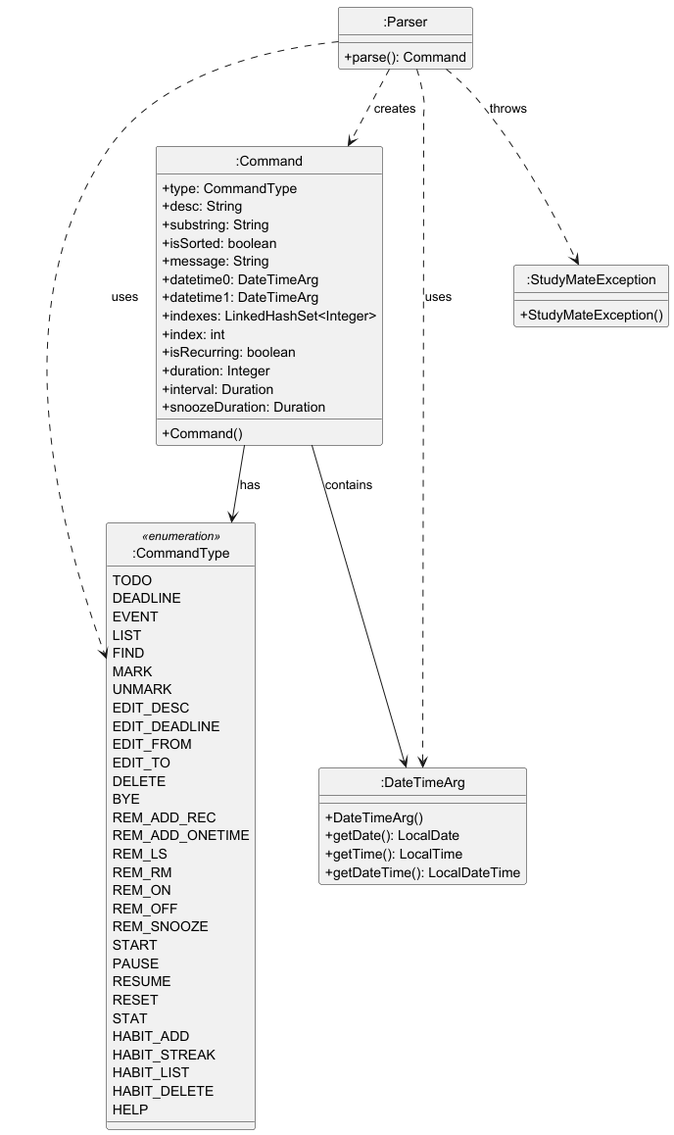
Before: docs/images/ParserInteractions.png, a diagram exported from PlantUML (AY2526S1-CS2113-W12-3/tp). Its source is kept beside it as docs/plantuml/ParserInteractions.puml.
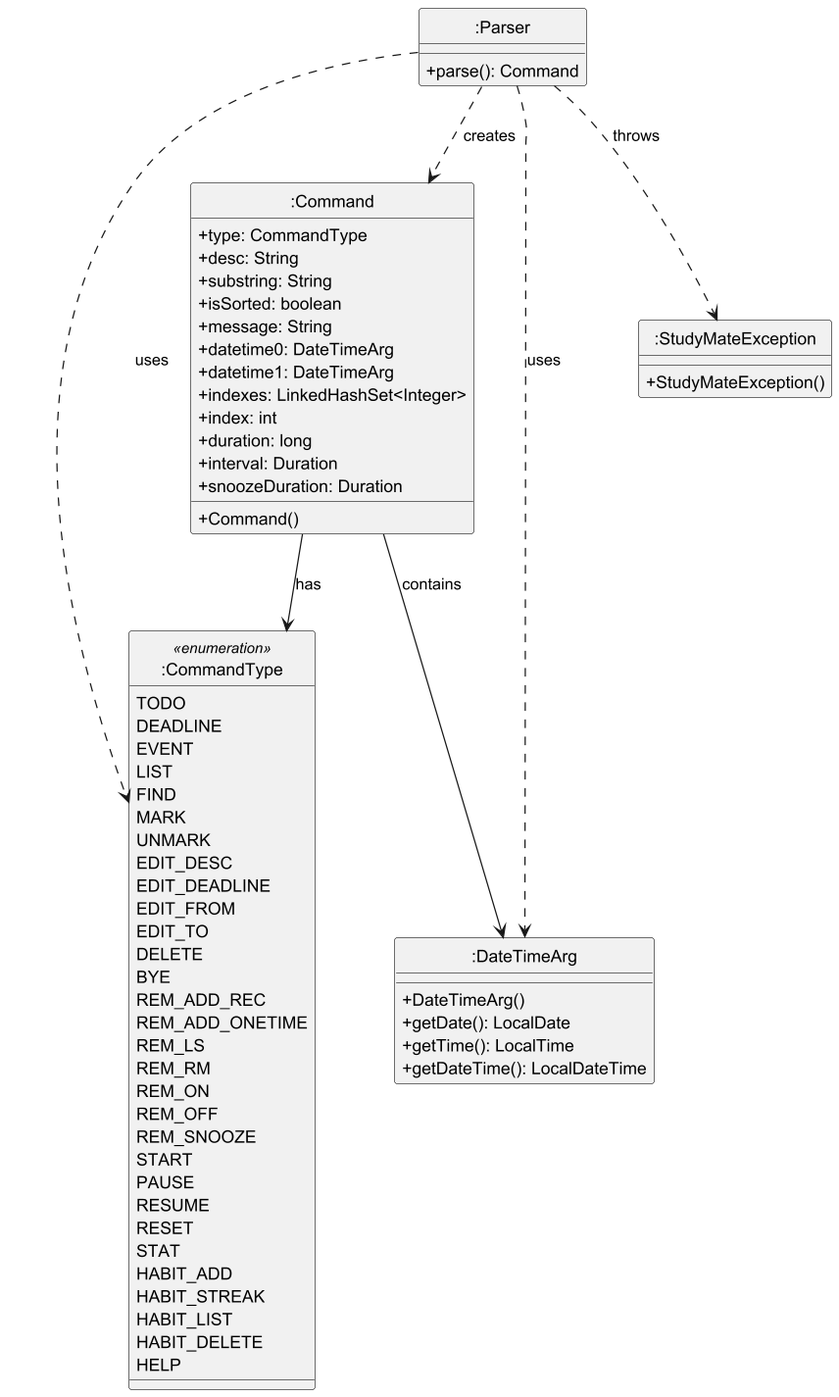
The same diagram one commit later.

What changed in the source:
```diff
@@ -16,8 +16,7 @@
   + datetime1: DateTimeArg
   + indexes: LinkedHashSet<Integer>
   + index: int
-  + isRecurring: boolean
-  + duration: Integer
+  + duration: long
   + interval: Duration
   + snoozeDuration: Duration
 
```
